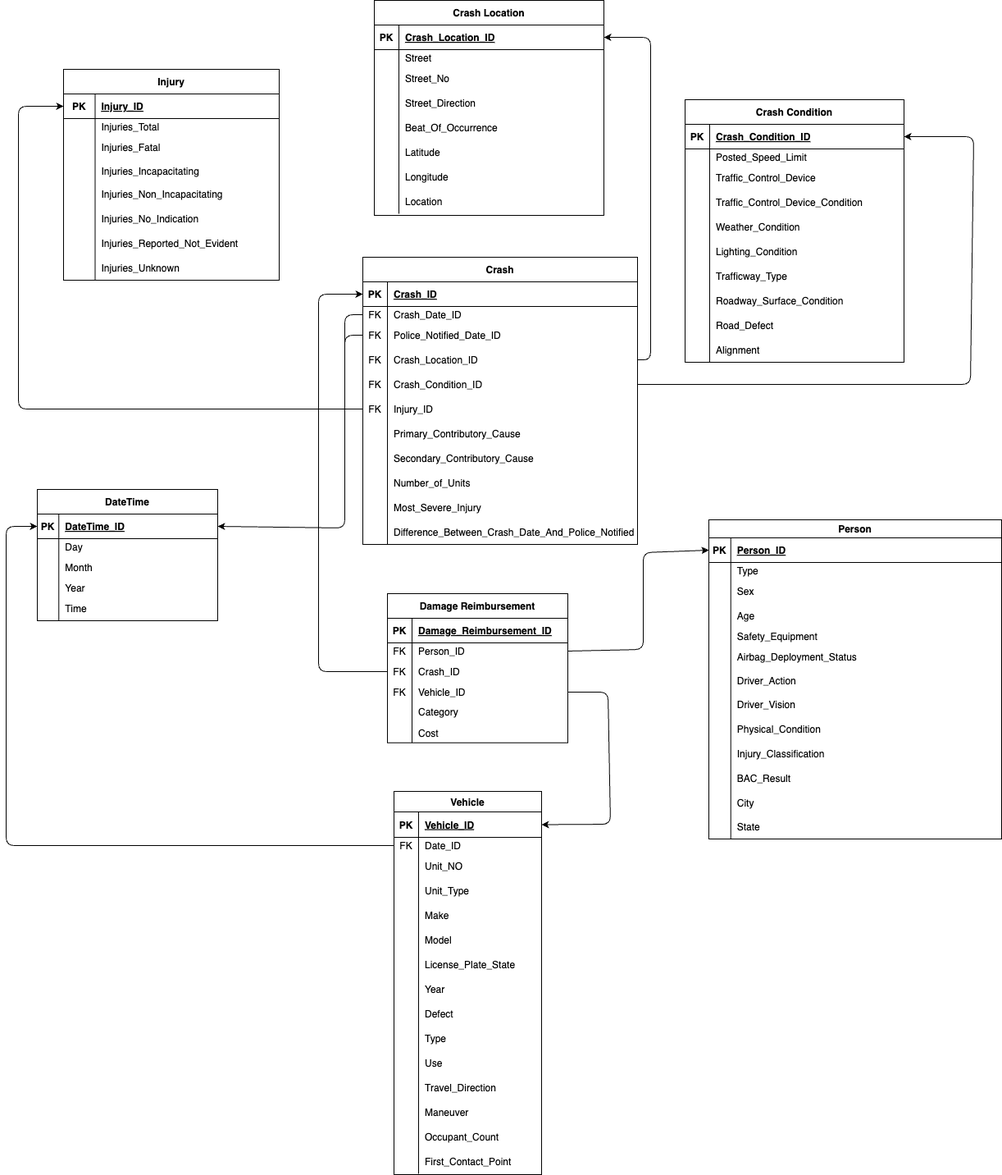
Before: Data Warehouse Schema/DW Schema.png, a diagram exported from draw.io (SaraHoxha/lds-dw-modelling). Source tidied: cells renumbered, new cells last; positions are measured from the earlier drawing's top-left corner, leaving out a move shared by most shapes.
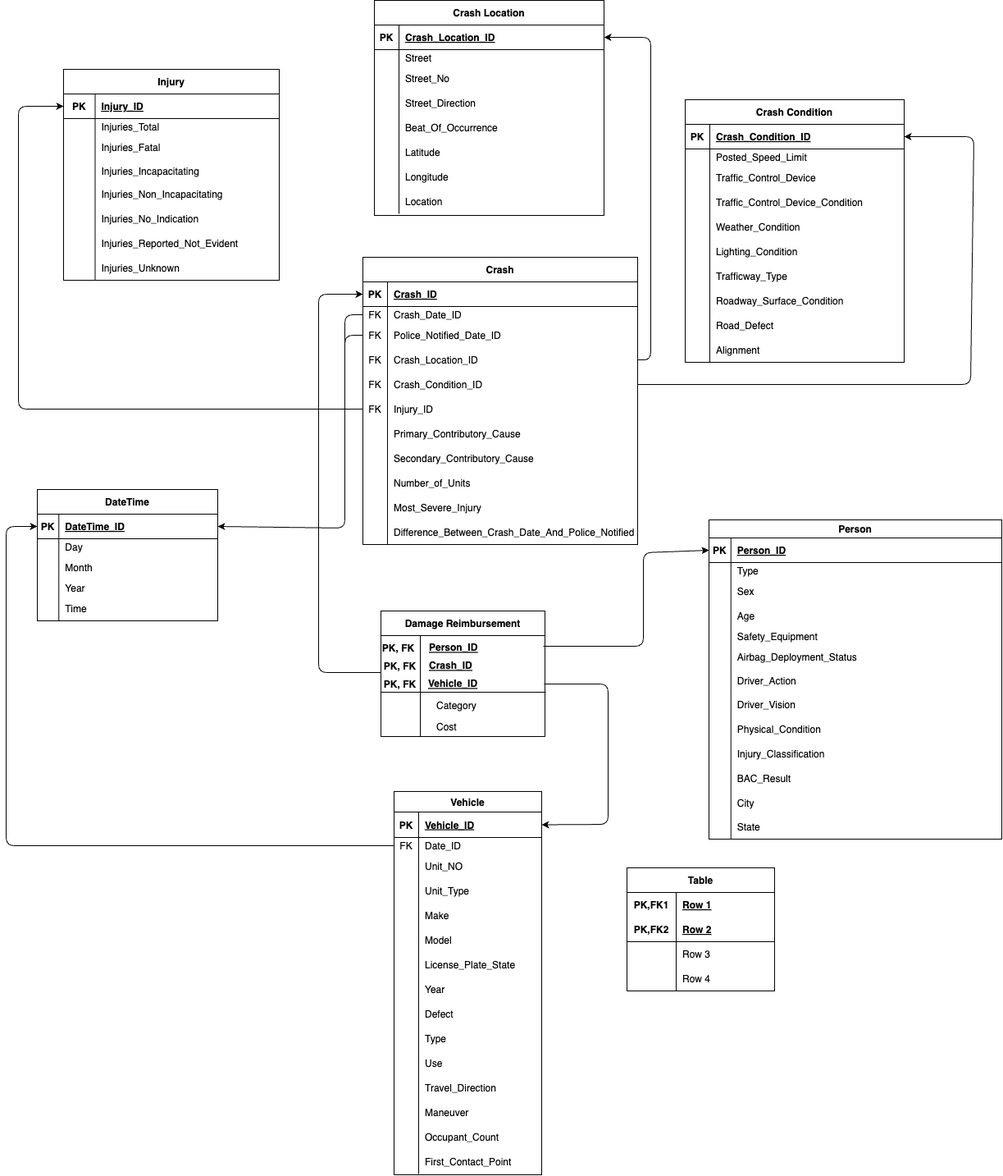
Above is the later version.

Commit message:
change the dw schema to show composite key

Change to the diagram source:
```diff
@@ -215,63 +215,6 @@
     <mxCell id="72" value="Alignment" style="shape=partialRectangle;fillColor=none;top=0;left=0;bottom=0;right=0;align=left;spacingLeft=6;overflow=hidden;" parent="70" vertex="1">
       <mxGeometry x="30" width="237" height="30" as="geometry" />
     </mxCell>
-    <mxCell id="73" value="Damage Reimbursement" style="shape=table;startSize=30;rowLines=0;fontStyle=1;align=center;" parent="1" vertex="1">
-      <mxGeometry x="465" y="723" width="220" height="181.8" as="geometry" />
-    </mxCell>
-    <mxCell id="74" style="shape=tableRow;horizontal=0;startSize=0;swimlaneHead=0;swimlaneBody=0;fillColor=none;top=0;left=0;right=0;bottom=1;" parent="73" vertex="1">
-      <mxGeometry y="30" width="220" height="30" as="geometry" />
-    </mxCell>
-    <mxCell id="75" value="PK" style="shape=partialRectangle;fillColor=none;top=0;left=0;bottom=0;right=0;fontStyle=1;overflow=hidden;" parent="74" vertex="1">
-      <mxGeometry width="30" height="30" as="geometry" />
-    </mxCell>
-    <mxCell id="76" value="Damage_Reimbursement_ID" style="shape=partialRectangle;fillColor=none;top=0;left=0;bottom=0;right=0;align=left;spacingLeft=6;fontStyle=5;overflow=hidden;" parent="74" vertex="1">
-      <mxGeometry x="30" width="190" height="30" as="geometry" />
-    </mxCell>
-    <mxCell id="77" style="shape=tableRow;horizontal=0;startSize=0;swimlaneHead=0;swimlaneBody=0;fillColor=none;points=[[0,0.5],[1,0.5]];portConstraint=eastwest;top=0;left=0;right=0;bottom=0;" parent="73" vertex="1">
-      <mxGeometry y="60" width="220" height="20" as="geometry" />
-    </mxCell>
-    <mxCell id="78" value="FK" style="shape=partialRectangle;fillColor=none;top=0;left=0;bottom=0;right=0;overflow=hidden;" parent="77" vertex="1">
-      <mxGeometry width="30" height="20" as="geometry" />
-    </mxCell>
-    <mxCell id="79" value="Person_ID" style="shape=partialRectangle;fillColor=none;top=0;left=0;bottom=0;right=0;align=left;spacingLeft=6;overflow=hidden;" parent="77" vertex="1">
-      <mxGeometry x="30" width="190" height="20" as="geometry" />
-    </mxCell>
-    <mxCell id="80" style="shape=tableRow;horizontal=0;startSize=0;swimlaneHead=0;swimlaneBody=0;fillColor=none;points=[[0,0.5],[1,0.5]];portConstraint=eastwest;top=0;left=0;right=0;bottom=0;" parent="73" vertex="1">
-      <mxGeometry y="80" width="220" height="30" as="geometry" />
-    </mxCell>
-    <mxCell id="81" value="FK" style="shape=partialRectangle;fillColor=none;top=0;left=0;bottom=0;right=0;overflow=hidden;" parent="80" vertex="1">
-      <mxGeometry width="30" height="30" as="geometry" />
-    </mxCell>
-    <mxCell id="82" value="Crash_ID" style="shape=partialRectangle;fillColor=none;top=0;left=0;bottom=0;right=0;align=left;spacingLeft=6;overflow=hidden;" parent="80" vertex="1">
-      <mxGeometry x="30" width="190" height="30" as="geometry" />
-    </mxCell>
-    <mxCell id="83" style="shape=tableRow;horizontal=0;startSize=0;swimlaneHead=0;swimlaneBody=0;fillColor=none;points=[[0,0.5],[1,0.5]];portConstraint=eastwest;top=0;left=0;right=0;bottom=0;" parent="73" vertex="1">
-      <mxGeometry y="110" width="220" height="20" as="geometry" />
-    </mxCell>
-    <mxCell id="84" value="FK" style="shape=partialRectangle;fillColor=none;top=0;left=0;bottom=0;right=0;overflow=hidden;" parent="83" vertex="1">
-      <mxGeometry width="30" height="20" as="geometry" />
-    </mxCell>
-    <mxCell id="85" value="Vehicle_ID" style="shape=partialRectangle;fillColor=none;top=0;left=0;bottom=0;right=0;align=left;spacingLeft=6;overflow=hidden;" parent="83" vertex="1">
-      <mxGeometry x="30" width="190" height="20" as="geometry" />
-    </mxCell>
-    <mxCell id="86" style="shape=tableRow;horizontal=0;startSize=0;swimlaneHead=0;swimlaneBody=0;fillColor=none;top=0;left=0;right=0;bottom=0;" parent="73" vertex="1">
-      <mxGeometry y="130" width="220" height="27" as="geometry" />
-    </mxCell>
-    <mxCell id="87" style="shape=partialRectangle;fillColor=none;top=0;left=0;bottom=0;right=0;overflow=hidden;" parent="86" vertex="1">
-      <mxGeometry width="30" height="27" as="geometry" />
-    </mxCell>
-    <mxCell id="88" value="Category" style="shape=partialRectangle;fillColor=none;top=0;left=0;bottom=0;right=0;align=left;spacingLeft=6;overflow=hidden;" parent="86" vertex="1">
-      <mxGeometry x="30" width="190" height="27" as="geometry" />
-    </mxCell>
-    <mxCell id="89" style="shape=tableRow;horizontal=0;startSize=0;swimlaneHead=0;swimlaneBody=0;fillColor=none;top=0;left=0;right=0;bottom=0;" parent="73" vertex="1">
-      <mxGeometry y="157" width="220" height="25" as="geometry" />
-    </mxCell>
-    <mxCell id="90" style="shape=partialRectangle;fillColor=none;top=0;left=0;bottom=0;right=0;overflow=hidden;" parent="89" vertex="1">
-      <mxGeometry width="30" height="25" as="geometry" />
-    </mxCell>
-    <mxCell id="91" value="Cost" style="shape=partialRectangle;fillColor=none;top=0;left=0;bottom=0;right=0;align=left;spacingLeft=6;overflow=hidden;" parent="89" vertex="1">
-      <mxGeometry x="30" width="190" height="25" as="geometry" />
-    </mxCell>
     <mxCell id="92" value="Vehicle" style="shape=table;startSize=25;rowLines=0;fontStyle=1;align=center;" parent="1" vertex="1">
       <mxGeometry x="473" y="964" width="180" height="467" as="geometry" />
     </mxCell>
@@ -710,26 +653,28 @@
     <mxCell id="237" value="Location" style="shape=partialRectangle;fillColor=none;top=0;left=0;bottom=0;right=0;align=left;spacingLeft=6;overflow=hidden;" parent="235" vertex="1">
       <mxGeometry x="30" width="250" height="30" as="geometry" />
     </mxCell>
-    <mxCell id="238" style="edgeStyle=none;html=1;exitX=1;exitY=0.5;exitDx=0;exitDy=0;entryX=0;entryY=0.5;entryDx=0;entryDy=0;" parent="1" edge="1" source="77" target="3">
+    <mxCell id="238" style="edgeStyle=none;html=1;entryX=0;entryY=0.5;entryDx=0;entryDy=0;" parent="1" edge="1" target="3">
       <mxGeometry relative="1" as="geometry">
+        <mxPoint x="655" y="787" as="sourcePoint" />
         <Array as="points">
-          <mxPoint x="777" y="791" />
+          <mxPoint x="777" y="787" />
           <mxPoint x="777" y="673" />
         </Array>
       </mxGeometry>
     </mxCell>
-    <mxCell id="239" style="edgeStyle=none;html=1;exitX=1;exitY=0.5;exitDx=0;exitDy=0;entryX=1;entryY=0.5;entryDx=0;entryDy=0;" parent="1" edge="1" source="83" target="93">
+    <mxCell id="239" style="edgeStyle=none;html=1;entryX=1;entryY=0.5;entryDx=0;entryDy=0;" parent="1" edge="1" target="93">
       <mxGeometry relative="1" as="geometry">
+        <mxPoint x="656" y="833" as="sourcePoint" />
         <Array as="points">
-          <mxPoint x="734" y="843" />
-          <mxPoint x="737" y="1004" />
+          <mxPoint x="734" y="833" />
+          <mxPoint x="734" y="1004" />
         </Array>
       </mxGeometry>
     </mxCell>
-    <mxCell id="240" style="edgeStyle=none;html=1;exitX=0;exitY=0.5;exitDx=0;exitDy=0;entryX=0;entryY=0.5;entryDx=0;entryDy=0;" parent="1" edge="1" source="80" target="139">
+    <mxCell id="240" style="edgeStyle=none;html=1;exitX=0;exitY=0.5;exitDx=0;exitDy=0;entryX=0;entryY=0.5;entryDx=0;entryDy=0;" parent="1" edge="1" source="250" target="139">
       <mxGeometry relative="1" as="geometry">
         <Array as="points">
-          <mxPoint x="381" y="818" />
+          <mxPoint x="381" y="819" />
           <mxPoint x="381" y="358" />
         </Array>
       </mxGeometry>
@@ -784,5 +729,101 @@
         </Array>
       </mxGeometry>
     </mxCell>
+    <mxCell id="73" value="Damage Reimbursement" style="shape=table;startSize=30;rowLines=0;fontStyle=1;" parent="1" vertex="1">
+      <mxGeometry x="457" y="744" width="200" height="153" as="geometry" />
+    </mxCell>
+    <mxCell id="247" style="shape=tableRow;horizontal=0;startSize=0;swimlaneHead=0;swimlaneBody=0;top=0;left=0;bottom=0;right=0;fillColor=none;" parent="73" vertex="1">
+      <mxGeometry y="30" width="200" height="30" as="geometry" />
+    </mxCell>
+    <mxCell id="248" style="shape=partialRectangle;html=1;whiteSpace=wrap;fillColor=none;top=0;left=0;bottom=0;right=0;overflow=hidden;" parent="247" vertex="1">
+      <mxGeometry width="48" height="30" as="geometry" />
+    </mxCell>
+    <mxCell id="249" style="shape=partialRectangle;html=1;whiteSpace=wrap;fillColor=none;top=0;left=0;bottom=0;right=0;align=left;spacingLeft=6;overflow=hidden;" parent="247" vertex="1">
+      <mxGeometry x="48" width="152" height="30" as="geometry" />
+    </mxCell>
+    <mxCell id="250" style="shape=tableRow;horizontal=0;startSize=0;swimlaneHead=0;swimlaneBody=0;top=0;left=0;bottom=0;right=0;fillColor=none;points=[[0,0.5],[1,0.5]];portConstraint=eastwest;" parent="73" vertex="1">
+      <mxGeometry y="60" width="200" height="30" as="geometry" />
+    </mxCell>
+    <mxCell id="251" style="shape=partialRectangle;html=1;whiteSpace=wrap;fillColor=none;top=0;left=0;bottom=0;right=0;overflow=hidden;" parent="250" vertex="1">
+      <mxGeometry width="48" height="30" as="geometry" />
+    </mxCell>
+    <mxCell id="252" style="shape=partialRectangle;html=1;whiteSpace=wrap;fillColor=none;top=0;left=0;bottom=0;right=0;align=left;spacingLeft=6;overflow=hidden;" parent="250" vertex="1">
+      <mxGeometry x="48" width="152" height="30" as="geometry" />
+    </mxCell>
+    <mxCell id="253" style="shape=tableRow;horizontal=0;startSize=0;swimlaneHead=0;swimlaneBody=0;top=0;left=0;bottom=0;right=0;fillColor=none;" parent="73" vertex="1">
+      <mxGeometry y="90" width="200" height="63" as="geometry" />
+    </mxCell>
+    <mxCell id="254" style="shape=partialRectangle;html=1;whiteSpace=wrap;fillColor=none;top=0;left=0;bottom=0;right=0;overflow=hidden;" parent="253" vertex="1">
+      <mxGeometry width="48" height="63" as="geometry" />
+    </mxCell>
+    <mxCell id="255" style="shape=partialRectangle;html=1;whiteSpace=wrap;fillColor=none;top=0;left=0;bottom=0;right=0;align=left;spacingLeft=6;overflow=hidden;" parent="253" vertex="1">
+      <mxGeometry x="48" width="152" height="63" as="geometry" />
+    </mxCell>
+    <mxCell id="256" value="PK, FK" style="shape=partialRectangle;fillColor=none;top=0;left=0;bottom=0;right=0;overflow=hidden;fontStyle=1;" parent="1" vertex="1">
+      <mxGeometry x="454" y="779" width="49" height="20" as="geometry" />
+    </mxCell>
+    <mxCell id="79" value="Person_ID" style="shape=partialRectangle;fillColor=none;top=0;left=0;bottom=0;right=0;align=left;spacingLeft=6;overflow=hidden;fontStyle=5;" parent="1" vertex="1">
+      <mxGeometry x="508" y="778.3" width="190" height="20" as="geometry" />
+    </mxCell>
+    <mxCell id="82" value="Crash_ID" style="shape=partialRectangle;fillColor=none;top=0;left=0;bottom=0;right=0;align=left;spacingLeft=6;overflow=hidden;fontStyle=5;" parent="1" vertex="1">
+      <mxGeometry x="508" y="795.3" width="190" height="30" as="geometry" />
+    </mxCell>
+    <mxCell id="85" value="Vehicle_ID" style="shape=partialRectangle;fillColor=none;top=0;left=0;bottom=0;right=0;align=left;spacingLeft=6;overflow=hidden;fontStyle=5;" parent="1" vertex="1">
+      <mxGeometry x="507" y="822.3" width="190" height="20" as="geometry" />
+    </mxCell>
+    <mxCell id="88" value="Category" style="shape=partialRectangle;fillColor=none;top=0;left=0;bottom=0;right=0;align=left;spacingLeft=6;overflow=hidden;" parent="1" vertex="1">
+      <mxGeometry x="517" y="845.3" width="190" height="27" as="geometry" />
+    </mxCell>
+    <mxCell id="91" value="Cost" style="shape=partialRectangle;fillColor=none;top=0;left=0;bottom=0;right=0;align=left;spacingLeft=6;overflow=hidden;" parent="1" vertex="1">
+      <mxGeometry x="517" y="872.3" width="190" height="25" as="geometry" />
+    </mxCell>
+    <mxCell id="257" value="Table" style="shape=table;startSize=30;rowLines=0;fontStyle=1;align=center;" parent="1" vertex="1">
+      <mxGeometry x="757" y="1057" width="180" height="150" as="geometry" />
+    </mxCell>
+    <mxCell id="258" style="shape=tableRow;horizontal=0;startSize=0;swimlaneHead=0;swimlaneBody=0;fillColor=none;top=0;left=0;right=0;bottom=0;" parent="257" vertex="1">
+      <mxGeometry y="30" width="180" height="30" as="geometry" />
+    </mxCell>
+    <mxCell id="259" value="PK,FK1" style="shape=partialRectangle;fillColor=none;top=0;left=0;bottom=0;right=0;fontStyle=1;overflow=hidden;" parent="258" vertex="1">
+      <mxGeometry width="60" height="30" as="geometry" />
+    </mxCell>
+    <mxCell id="260" value="Row 1" style="shape=partialRectangle;fillColor=none;top=0;left=0;bottom=0;right=0;align=left;spacingLeft=6;fontStyle=5;overflow=hidden;" parent="258" vertex="1">
+      <mxGeometry x="60" width="120" height="30" as="geometry" />
+    </mxCell>
+    <mxCell id="261" style="shape=tableRow;horizontal=0;startSize=0;swimlaneHead=0;swimlaneBody=0;fillColor=none;top=0;left=0;right=0;bottom=1;" parent="257" vertex="1">
+      <mxGeometry y="60" width="180" height="30" as="geometry" />
+    </mxCell>
+    <mxCell id="262" value="PK,FK2" style="shape=partialRectangle;fillColor=none;top=0;left=0;bottom=0;right=0;fontStyle=1;overflow=hidden;" parent="261" vertex="1">
+      <mxGeometry width="60" height="30" as="geometry" />
+    </mxCell>
+    <mxCell id="263" value="Row 2" style="shape=partialRectangle;fillColor=none;top=0;left=0;bottom=0;right=0;align=left;spacingLeft=6;fontStyle=5;overflow=hidden;" parent="261" vertex="1">
+      <mxGeometry x="60" width="120" height="30" as="geometry" />
+    </mxCell>
+    <mxCell id="264" style="shape=tableRow;horizontal=0;startSize=0;swimlaneHead=0;swimlaneBody=0;fillColor=none;top=0;left=0;right=0;bottom=0;" parent="257" vertex="1">
+      <mxGeometry y="90" width="180" height="30" as="geometry" />
+    </mxCell>
+    <mxCell id="265" style="shape=partialRectangle;fillColor=none;top=0;left=0;bottom=0;right=0;overflow=hidden;" parent="264" vertex="1">
+      <mxGeometry width="60" height="30" as="geometry" />
+    </mxCell>
+    <mxCell id="266" value="Row 3" style="shape=partialRectangle;fillColor=none;top=0;left=0;bottom=0;right=0;align=left;spacingLeft=6;overflow=hidden;" parent="264" vertex="1">
+      <mxGeometry x="60" width="120" height="30" as="geometry" />
+    </mxCell>
+    <mxCell id="267" style="shape=tableRow;horizontal=0;startSize=0;swimlaneHead=0;swimlaneBody=0;fillColor=none;top=0;left=0;right=0;bottom=0;" parent="257" vertex="1">
+      <mxGeometry y="120" width="180" height="30" as="geometry" />
+    </mxCell>
+    <mxCell id="268" style="shape=partialRectangle;fillColor=none;top=0;left=0;bottom=0;right=0;overflow=hidden;" parent="267" vertex="1">
+      <mxGeometry width="60" height="30" as="geometry" />
+    </mxCell>
+    <mxCell id="269" value="Row 4" style="shape=partialRectangle;fillColor=none;top=0;left=0;bottom=0;right=0;align=left;spacingLeft=6;overflow=hidden;" parent="267" vertex="1">
+      <mxGeometry x="60" width="120" height="30" as="geometry" />
+    </mxCell>
+    <mxCell id="270" value="PK, FK" style="shape=partialRectangle;fillColor=none;top=0;left=0;bottom=0;right=0;overflow=hidden;fontStyle=1;" parent="1" vertex="1">
+      <mxGeometry x="456" y="801" width="49" height="20" as="geometry" />
+    </mxCell>
+    <mxCell id="271" value="PK, FK" style="shape=partialRectangle;fillColor=none;top=0;left=0;bottom=0;right=0;overflow=hidden;fontStyle=1;" parent="1" vertex="1">
+      <mxGeometry x="456" y="823" width="49" height="20" as="geometry" />
+    </mxCell>
+    <mxCell id="272" style="line;strokeWidth=1;dashed=0;labelPosition=right;align=left;verticalAlign=middle;spacingTop=0;spacingLeft=6;" parent="1" vertex="1">
+      <mxGeometry x="457" y="838" width="201" height="10" as="geometry" />
+    </mxCell>
   </root>
 </mxGraphModel>
```
